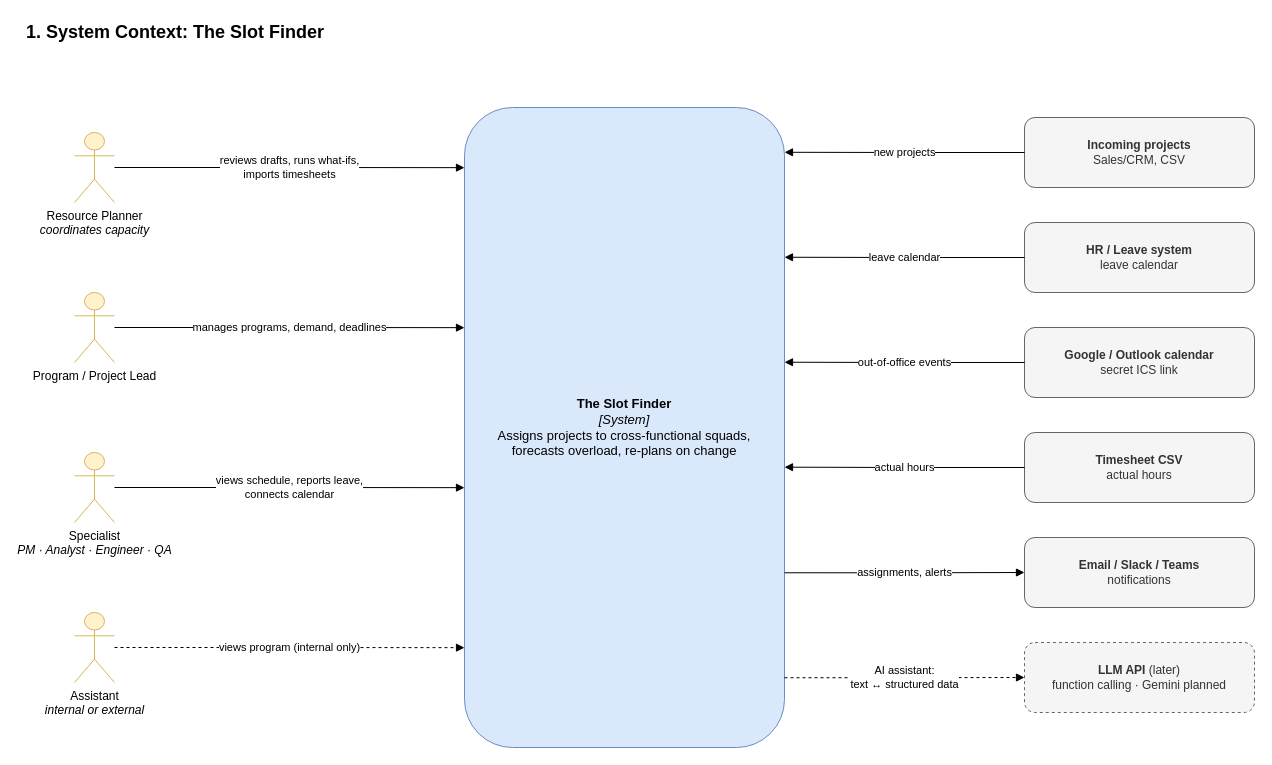
Before: page "1. Context" (1 of 9) of docs/architecture.drawio in dophnamm/the-slot-finder, a draw.io diagram. Source tidied: cells renumbered, new cells numbered last; positions are measured from the earlier drawing's top-left corner, leaving out a move shared by most shapes. Both pictures are drawn from the tidied source at 100%, with x=0, y=0 at pixel (24, 17).
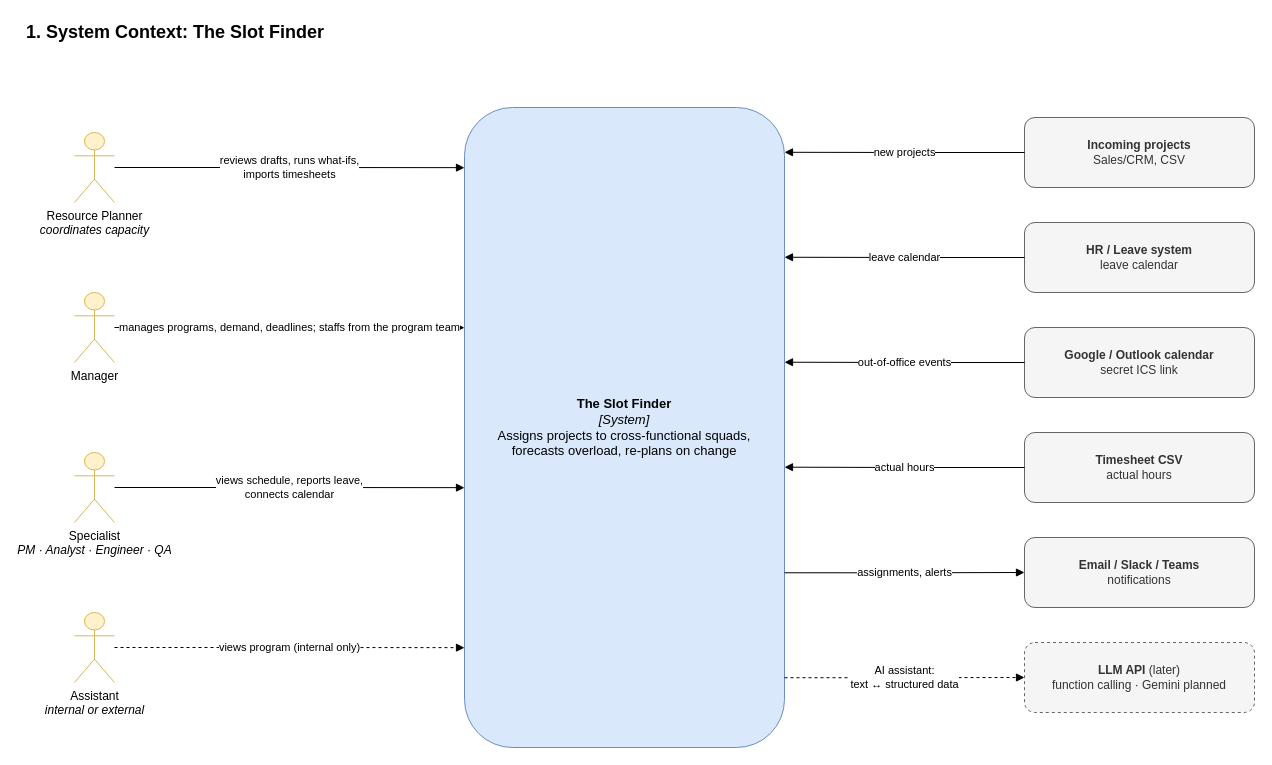
The same page after the edit.

Commit message (it also covers changes not shown here):
docs: program teams, the data model by layer, loading states

The change refers to these unchanged cells:
```xml
<mxCell id="3" value="&lt;b&gt;The Slot Finder&lt;/b&gt;&lt;br&gt;&lt;i&gt;[System]&lt;/i&gt;&lt;br&gt;Assigns projects to cross-functional squads,&lt;br&gt;forecasts overload, re-plans on change" style="rounded=1;whiteSpace=wrap;html=1;fillColor=#dae8fc;strokeColor=#6c8ebf;fontSize=13;" parent="1" vertex="1">
  <mxGeometry x="440" y="90" width="320" height="640" as="geometry" />
</mxCell>
```

The edit, as a diff of the source:
```diff
@@
-    <mxCell id="6" value="Program / Project Lead" style="shape=umlActor;verticalLabelPosition=bottom;verticalAlign=top;html=1;outlineConnect=0;fillColor=#fff2cc;strokeColor=#d6b656;" parent="1" vertex="1">
+    <mxCell id="6" value="Manager" style="shape=umlActor;verticalLabelPosition=bottom;verticalAlign=top;html=1;outlineConnect=0;fillColor=#fff2cc;strokeColor=#d6b656;" parent="1" vertex="1">
       <mxGeometry x="50" y="275" width="40" height="70" as="geometry" />
     </mxCell>
-    <mxCell id="7" value="manages programs, demand, deadlines" style="edgeStyle=orthogonalEdgeStyle;rounded=1;html=1;endArrow=block;endFill=1;fontSize=11;labelBackgroundColor=#ffffff;exitX=1;exitY=0.5;exitDx=0;exitDy=0;entryX=0;entryY=0.344;entryDx=0;entryDy=0;" parent="1" edge="1" source="6" target="3">
+    <mxCell id="7" value="manages programs, demand, deadlines; staffs from the program team" style="edgeStyle=orthogonalEdgeStyle;rounded=1;html=1;endArrow=block;endFill=1;fontSize=11;labelBackgroundColor=#ffffff;exitX=1;exitY=0.5;exitDx=0;exitDy=0;entryX=0;entryY=0.344;entryDx=0;entryDy=0;" parent="1" edge="1" source="6" target="3">
       <mxGeometry relative="1" as="geometry" />
     </mxCell>
```
